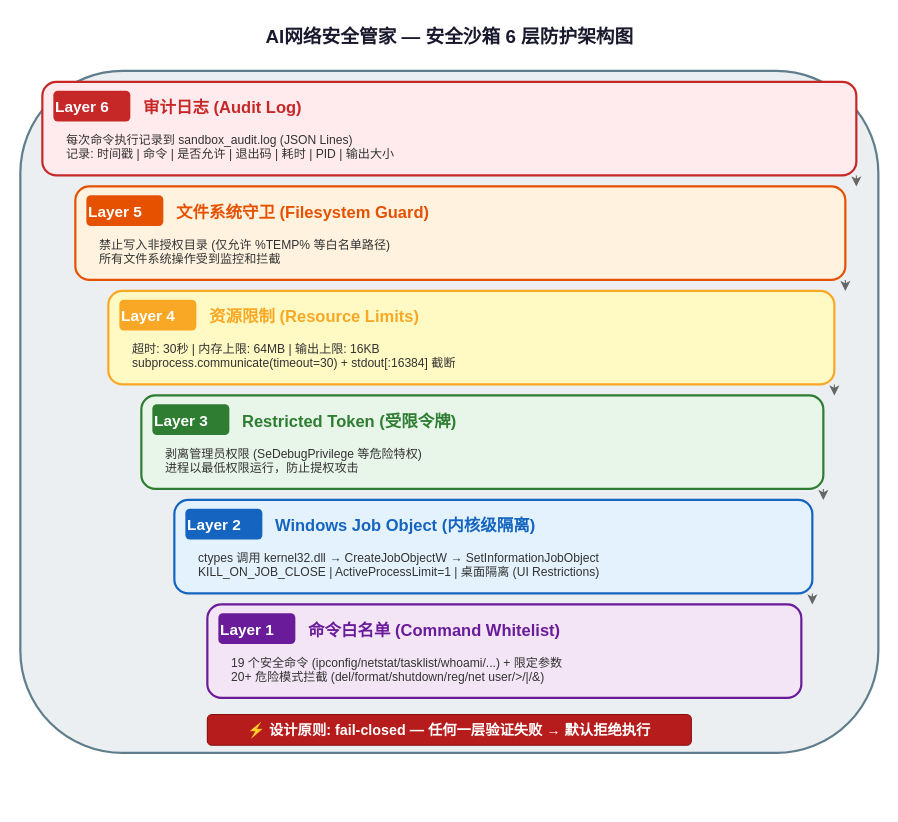
The draw.io diagram edge/diagrams/05_安全沙箱6层防护架构图.drawio in czypluto/ai-security-guardian, before the edit. Source tidied: cells renumbered, new cells numbered last; positions are measured from the earlier drawing's top-left corner, leaving out a move shared by most shapes. Both pictures are drawn from the tidied source at 110%, with x=0, y=0 at pixel (20, 19).
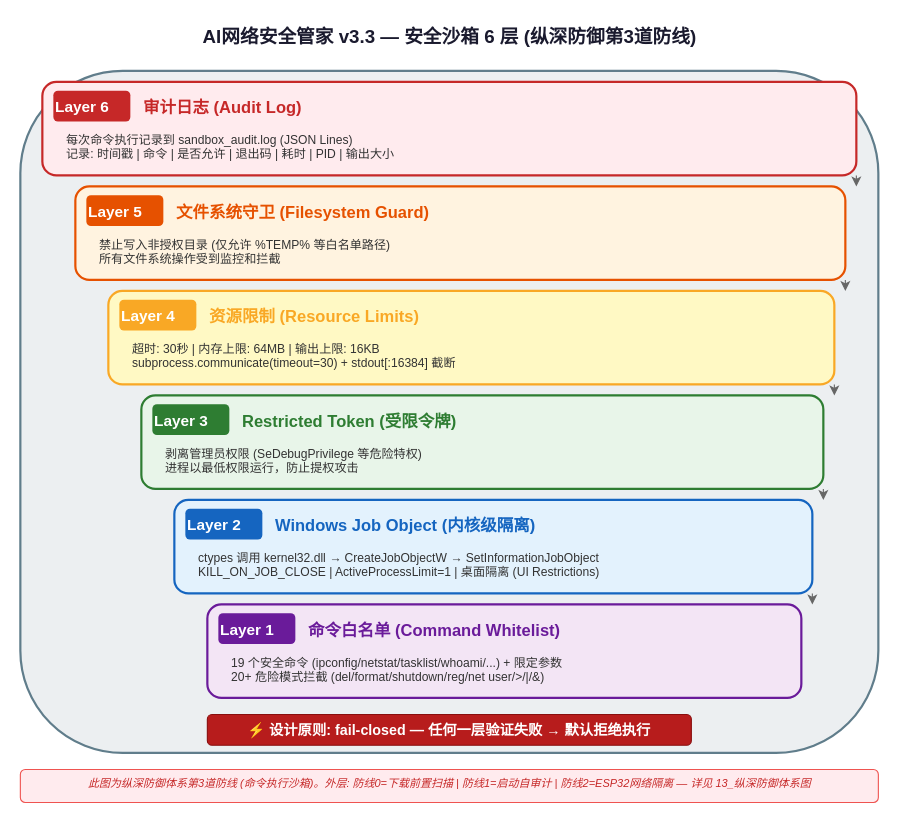
Above is the later version.

Change to the diagram source:
```diff
@@
-    <mxCell id="2" value="AI网络安全管家 — 安全沙箱 6 层防护架构图" style="text;html=1;strokeColor=none;fillColor=none;align=center;fontSize=17;fontStyle=1;fontColor=#1a1a2e;" parent="1" vertex="1">
+    <mxCell id="2" value="AI网络安全管家 v3.3 — 安全沙箱 6 层 (纵深防御第3道防线)" style="text;html=1;strokeColor=none;fillColor=none;align=center;fontSize=17;fontStyle=1;fontColor=#1a1a2e;" parent="1" vertex="1">
       <mxGeometry x="90" width="600" height="35" as="geometry" />
     </mxCell>
@@
+    <mxCell id="34" value="此图为纵深防御体系第3道防线 (命令执行沙箱)。外层: 防线0=下载前置扫描 | 防线1=启动自审计 | 防线2=ESP32网络隔离 — 详见 13_纵深防御体系图" style="text;html=1;strokeColor=#ef5350;fillColor=#ffebee;align=center;fontSize=10;fontColor=#c62828;rounded=1;fontStyle=2;" parent="1" vertex="1">
+      <mxGeometry y="682" width="780" height="30" as="geometry" />
+    </mxCell>
```
